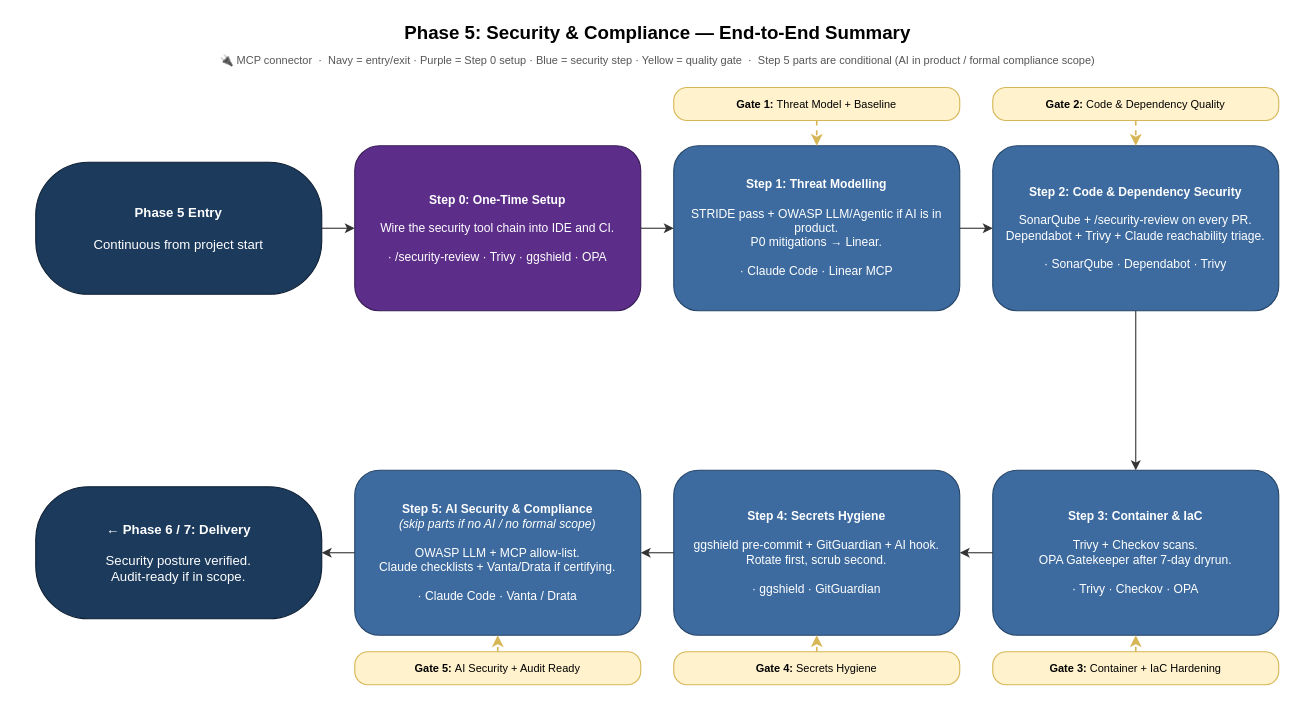
kalpat-allion/ai-dlc keeps this draw.io diagram as aidlc-phases/05-security/FLOWCHART-SUMMARY-simple.drawio. Above is the earlier version. Source tidied: cells renumbered, new cells numbered last; positions are measured from the earlier drawing's top-left corner, leaving out a move shared by most shapes. Both pictures are drawn from the tidied source at 110%, with x=0, y=0 at pixel (19, 19).
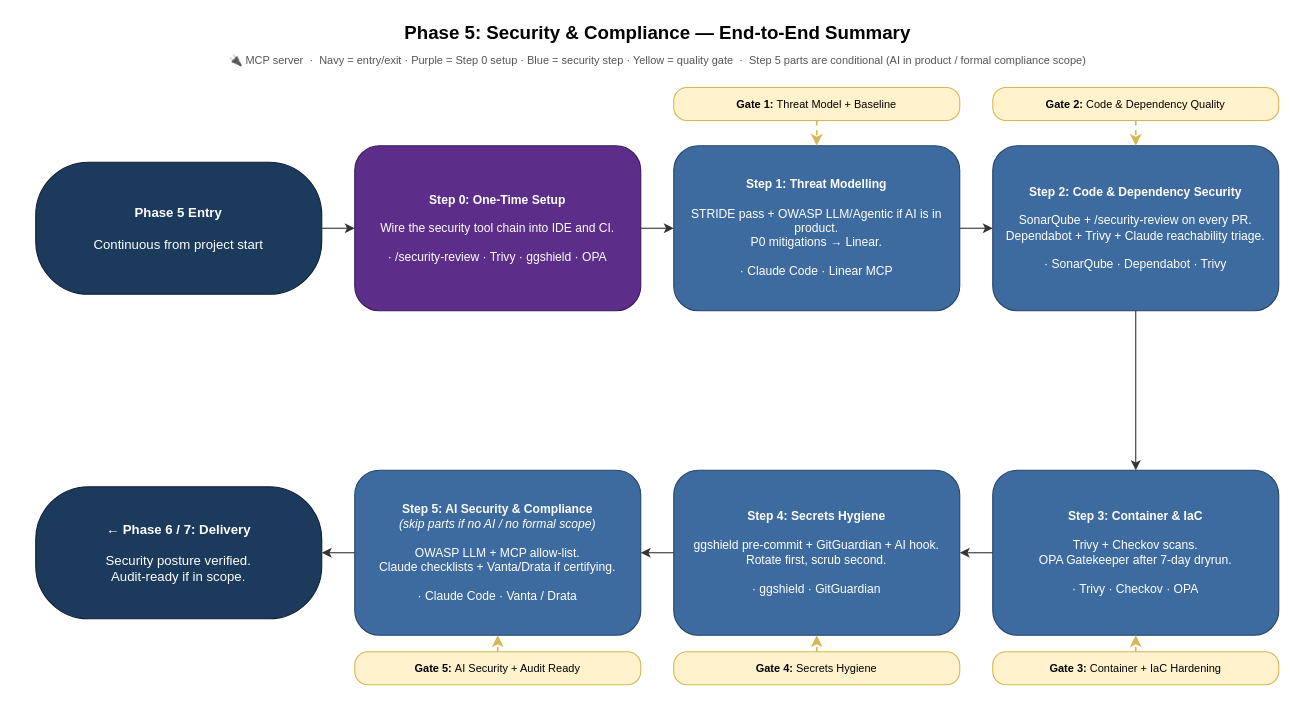
After the change.

Change to the diagram source:
```diff
@@
-    <mxCell id="3" value="🔌 MCP connector&amp;nbsp;&amp;nbsp;·&amp;nbsp;&amp;nbsp;Navy = entry/exit · Purple = Step 0 setup · Blue = security step · Yellow = quality gate&amp;nbsp;&amp;nbsp;·&amp;nbsp;&amp;nbsp;Step 5 parts are conditional (AI in product / formal compliance scope)" style="text;html=1;align=center;verticalAlign=middle;fontSize=10;fontColor=#555555;" parent="1" vertex="1">
+    <mxCell id="3" value="🔌 MCP server&amp;nbsp;&amp;nbsp;·&amp;nbsp;&amp;nbsp;Navy = entry/exit · Purple = Step 0 setup · Blue = security step · Yellow = quality gate&amp;nbsp;&amp;nbsp;·&amp;nbsp;&amp;nbsp;Step 5 parts are conditional (AI in product / formal compliance scope)" style="text;html=1;align=center;verticalAlign=middle;fontSize=10;fontColor=#555555;" parent="1" vertex="1">
       <mxGeometry y="28" width="1160" height="18" as="geometry" />
     </mxCell>
```
